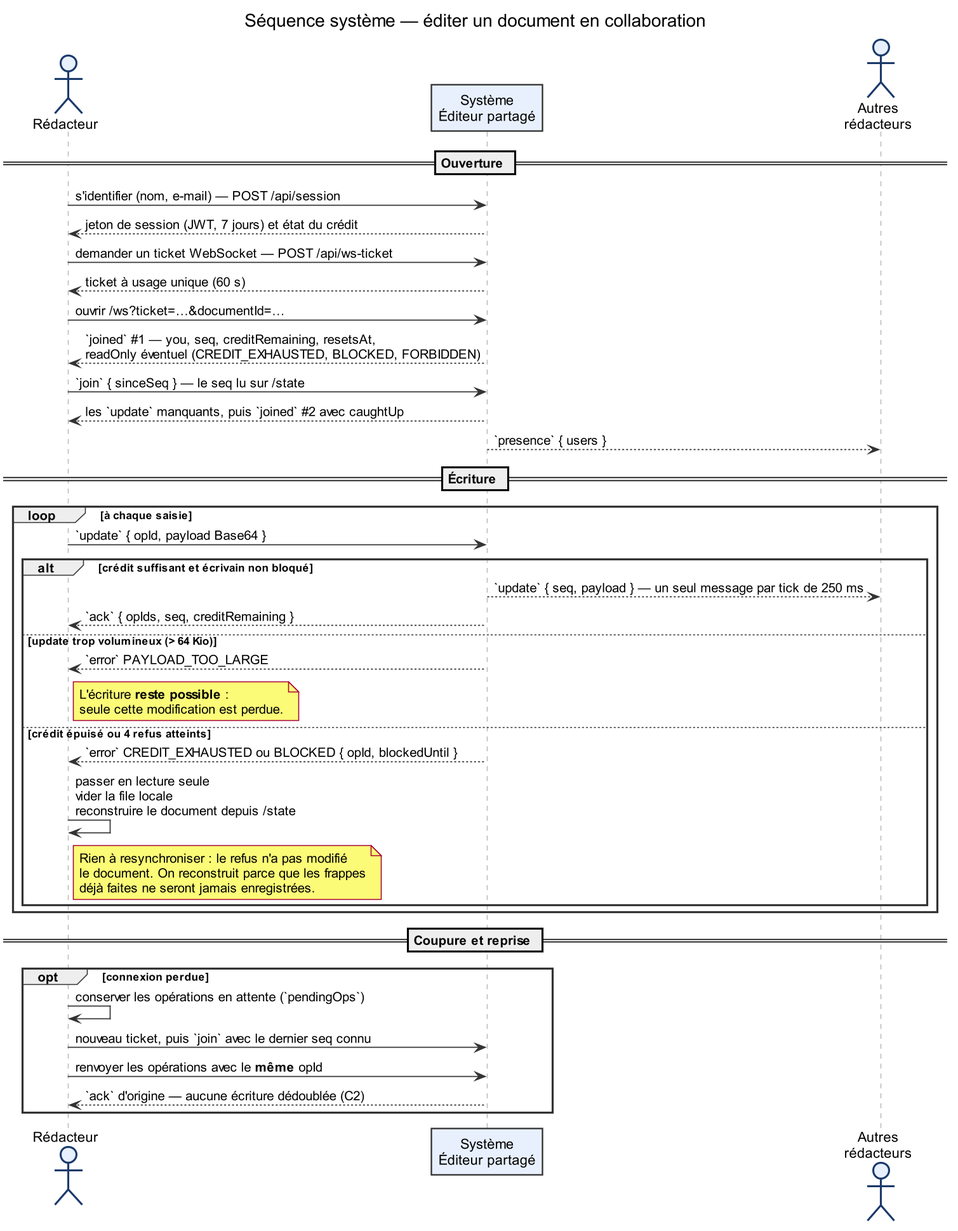
This is docs/diagrammes-conception/png/10-ssd-ecriture.png from Djusse/Editeur_Partag-, a PlantUML export, as it was before one commit. Its source is kept beside it as docs/diagrammes-conception/puml/10-ssd-ecriture.puml.
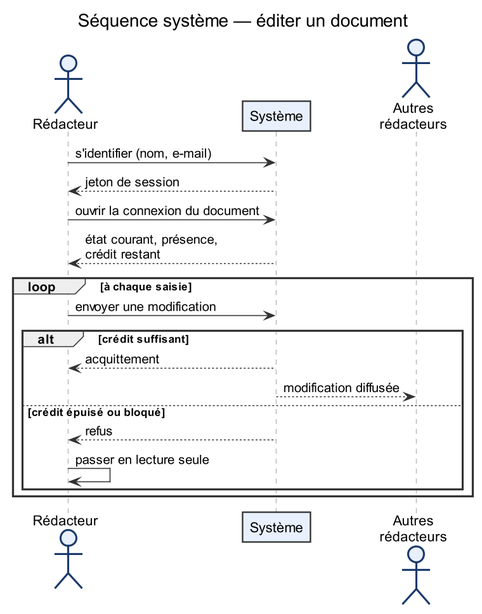
The same diagram one commit later.

The edit, as a diff of the source:
```diff
@@ -5,7 +5,6 @@
   defaultFontName Arial
   shadowing false
   ArrowColor #333333
-  ArrowThickness 1.1
   BackgroundColor white
   actorBorderColor #1B3A6B
   actorBackgroundColor #E8F0FE
@@ -15,57 +14,28 @@
     LifeLineBorderColor #BBBBBB
     GroupBorderColor #333333
     GroupHeaderBackgroundColor #F7FBFF
-    NoteBackgroundColor #FEF9E7
-    NoteBorderColor #8A6D1F
   }
 }
 
-title Séquence système — éditer un document en collaboration
+title Séquence système — éditer un document
 
 actor Rédacteur as R
-participant "Système\nÉditeur partagé" as S
+participant "Système" as S
 actor "Autres\nrédacteurs" as O
 
-== Ouverture ==
-R -> S : s'identifier (nom, e-mail) — POST /api/session
-S --> R : jeton de session (JWT, 7 jours) et état du crédit
-R -> S : demander un ticket WebSocket — POST /api/ws-ticket
-S --> R : ticket à usage unique (60 s)
-R -> S : ouvrir /ws?ticket=…&documentId=…
-S --> R : `joined` #1 — you, seq, creditRemaining, resetsAt,\nreadOnly éventuel (CREDIT_EXHAUSTED, BLOCKED, FORBIDDEN)
-R -> S : `join` { sinceSeq } — le seq lu sur /state
-S --> R : les `update` manquants, puis `joined` #2 avec caughtUp
-S --> O : `presence` { users }
-
-== Écriture ==
+R -> S : s'identifier (nom, e-mail)
+S --> R : jeton de session
+R -> S : ouvrir la connexion du document
+S --> R : état courant, présence,\ncrédit restant
 loop à chaque saisie
-  R -> S : `update` { opId, payload Base64 }
-  alt crédit suffisant et écrivain non bloqué
-    S --> O : `update` { seq, payload } — un seul message par tick de 250 ms
-    S --> R : `ack` { opIds, seq, creditRemaining }
-  else update trop volumineux (> 64 Kio)
-    S --> R : `error` PAYLOAD_TOO_LARGE
-    note right of R
-      L'écriture **reste possible** :
-      seule cette modification est perdue.
-    end note
-  else crédit épuisé ou 4 refus atteints
-    S --> R : `error` CREDIT_EXHAUSTED ou BLOCKED { opId, blockedUntil }
-    R -> R : passer en lecture seule\nvider la file locale\nreconstruire le document depuis /state
-    note right of R
-      Rien à resynchroniser : le refus n'a pas modifié
-      le document. On reconstruit parce que les frappes
-      déjà faites ne seront jamais enregistrées.
-    end note
+  R -> S : envoyer une modification
+  alt crédit suffisant
+    S --> R : acquittement
+    S --> O : modification diffusée
+  else crédit épuisé ou bloqué
+    S --> R : refus
+    R -> R : passer en lecture seule
   end
 end
 
-== Coupure et reprise ==
-opt connexion perdue
-  R -> R : conserver les opérations en attente (`pendingOps`)
-  R -> S : nouveau ticket, puis `join` avec le dernier seq connu
-  R -> S : renvoyer les opérations avec le **même** opId
-  S --> R : `ack` d'origine — aucune écriture dédoublée (C2)
-end
-
 @enduml
```
